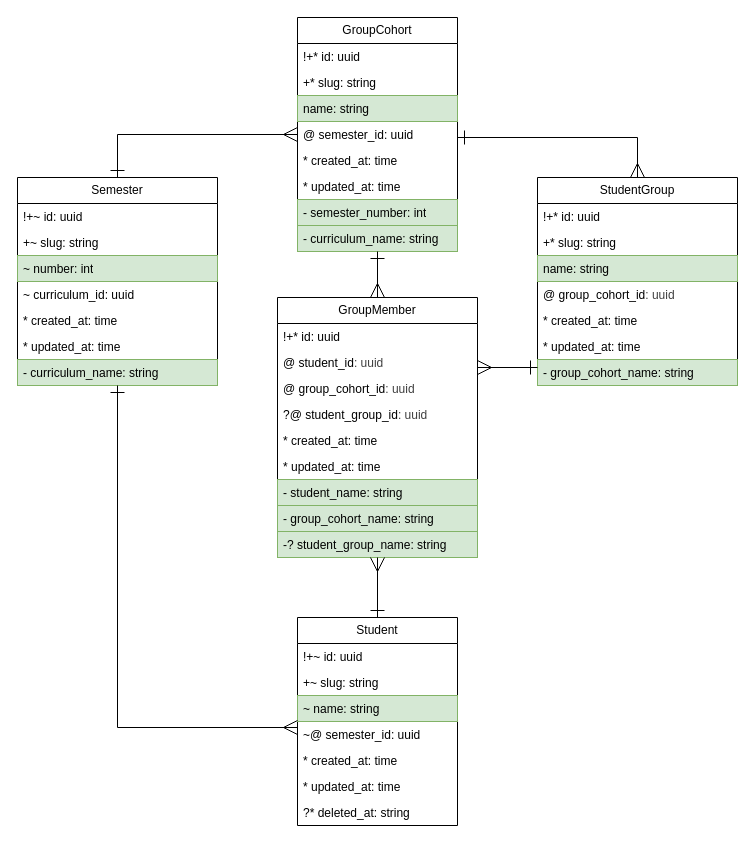
IrusHunter/duckademic keeps this draw.io diagram as page "Student Group" (7 of 9) of docs/entity_relationship.drawio. Above is the earlier version. Source tidied: cells renumbered, new cells numbered last; positions are measured from the earlier drawing's top-left corner, leaving out a move shared by most shapes. Both pictures are drawn from the tidied source at 100%, with x=0, y=0 at pixel (17, 17).
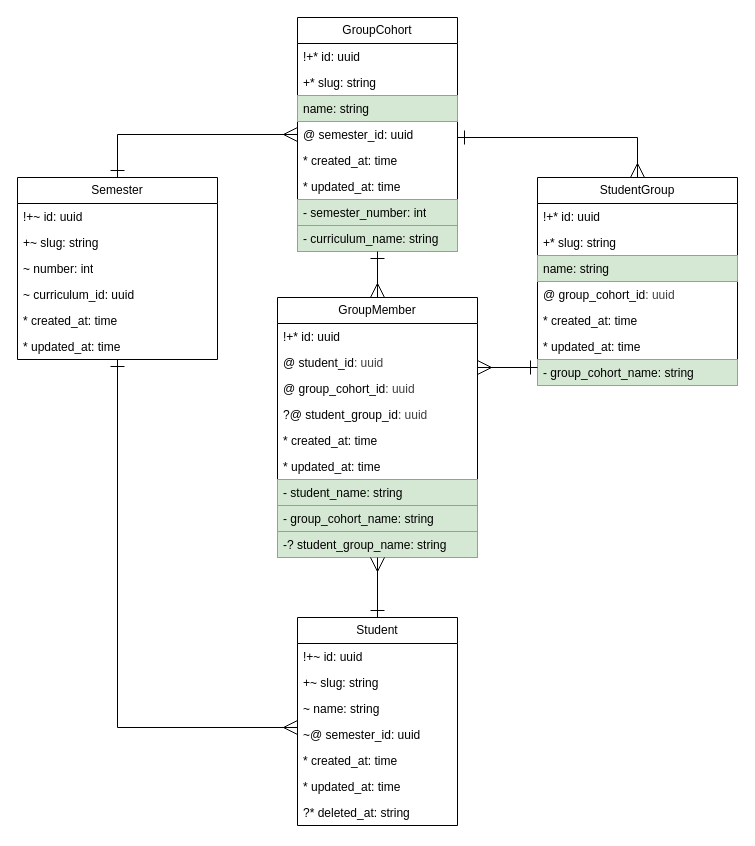
The same diagram, later.

Unchanged cells that the change refers to:
```xml
<mxCell id="2" value="Student" style="swimlane;fontStyle=0;horizontal=1;startSize=26;fillColor=none;whiteSpace=wrap;html=1;" parent="1" vertex="1">
  <mxGeometry x="280" y="600" width="160" height="208" as="geometry" />
</mxCell>
```

Change to the diagram source:
```diff
@@
-    <mxCell id="5" value="~ name: string" style="text;strokeColor=#82b366;fillColor=#d5e8d4;align=left;verticalAlign=top;spacingLeft=4;spacingRight=4;overflow=hidden;whiteSpace=wrap;html=1;" parent="2" vertex="1">
+    <mxCell id="5" value="~ name: string" style="text;align=left;verticalAlign=top;spacingLeft=4;spacingRight=4;overflow=hidden;whiteSpace=wrap;html=1;" parent="2" vertex="1">
       <mxGeometry y="78" width="160" height="26" as="geometry" />
     </mxCell>
@@
     <mxCell id="10" value="Semester" style="swimlane;fontStyle=0;horizontal=1;startSize=26;fillColor=none;whiteSpace=wrap;html=1;" parent="1" vertex="1">
-      <mxGeometry y="160" width="200" height="208" as="geometry" />
+      <mxGeometry y="160" width="200" height="182" as="geometry" />
     </mxCell>
@@
-    <mxCell id="13" value="~ number: int" style="text;strokeColor=#82b366;fillColor=#d5e8d4;align=left;verticalAlign=top;spacingLeft=4;spacingRight=4;overflow=hidden;whiteSpace=wrap;html=1;" parent="10" vertex="1">
+    <mxCell id="13" value="~ number: int" style="text;align=left;verticalAlign=top;spacingLeft=4;spacingRight=4;overflow=hidden;whiteSpace=wrap;html=1;" parent="10" vertex="1">
       <mxGeometry y="78" width="200" height="26" as="geometry" />
     </mxCell>
@@
-    <mxCell id="17" value="- curriculum_name: string" style="text;strokeColor=#82b366;fillColor=#d5e8d4;align=left;verticalAlign=top;spacingLeft=4;spacingRight=4;overflow=hidden;whiteSpace=wrap;html=1;" parent="10" vertex="1">
-      <mxGeometry y="182" width="200" height="26" as="geometry" />
-    </mxCell>
```
